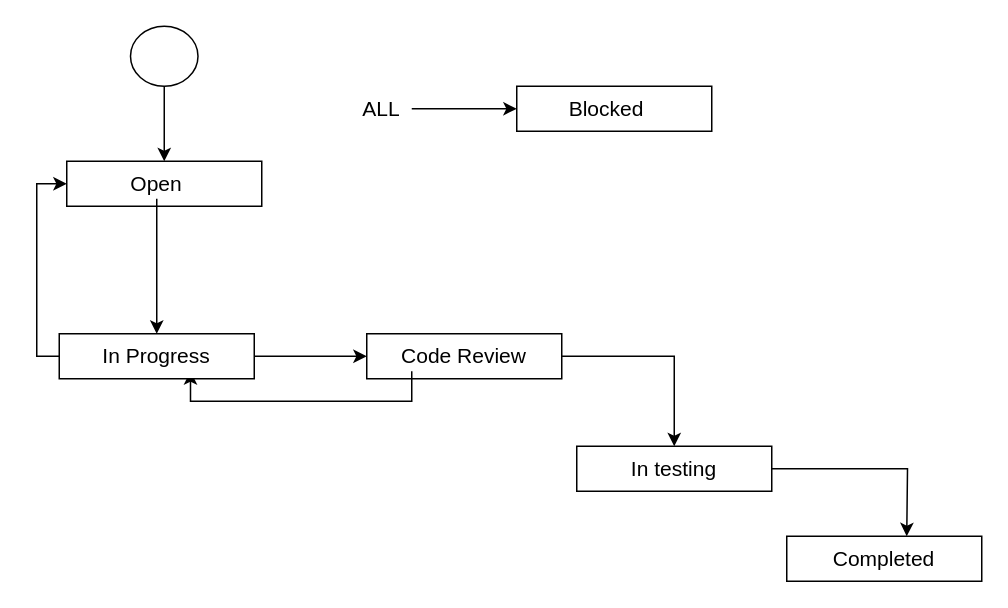
j-croix/Python_basics keeps this draw.io diagram as page "Workflow - Tech story, Sab-task" (4 of 4) of Untitled Diagram.drawio. Above is the earlier version. Source tidied: cells renumbered, new cells numbered last; positions are measured from the earlier drawing's top-left corner, leaving out a move shared by most shapes. Both pictures are drawn from the tidied source at 150%, with x=0, y=0 at pixel (36, 26).
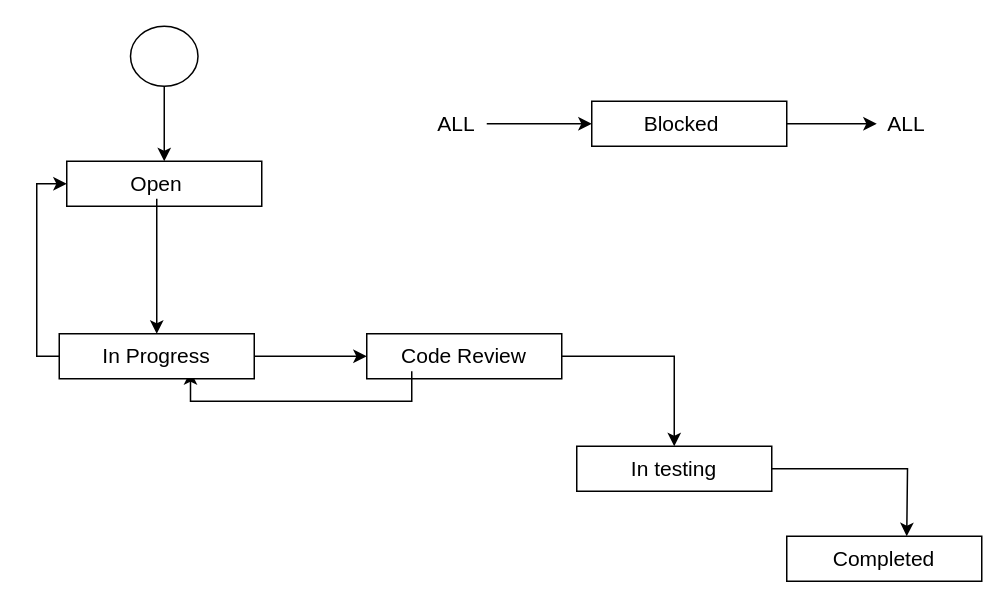
The same diagram, later.

What changed in the source:
```diff
@@
-    <mxCell id="2" style="rounded=0;whiteSpace=wrap;html=1;" parent="1" vertex="1">
-      <mxGeometry x="320" y="40" width="130" height="30" as="geometry" />
-    </mxCell>
-    <mxCell id="3" value="&lt;font style=&quot;font-size: 14px&quot;&gt;Blocked&lt;/font&gt;" style="text;html=1;strokeColor=none;fillColor=none;align=center;verticalAlign=middle;whiteSpace=wrap;rounded=0;" parent="1" vertex="1">
-      <mxGeometry x="360" y="45" width="40" height="20" as="geometry" />
-    </mxCell>
-    <mxCell id="4" style="edgeStyle=orthogonalEdgeStyle;rounded=0;jettySize=auto;html=1;entryX=0;entryY=0.5;entryDx=0;entryDy=0;" parent="1" edge="1" source="5" target="2">
-      <mxGeometry relative="1" as="geometry" />
-    </mxCell>
-    <mxCell id="5" value="&lt;font style=&quot;font-size: 14px&quot;&gt;ALL&lt;/font&gt;" style="text;html=1;strokeColor=none;fillColor=none;align=center;verticalAlign=middle;whiteSpace=wrap;rounded=0;" parent="1" vertex="1">
-      <mxGeometry x="210" y="45" width="40" height="20" as="geometry" />
-    </mxCell>
@@
+    <mxCell id="24" style="edgeStyle=orthogonalEdgeStyle;rounded=0;jettySize=auto;html=1;" parent="1" edge="1" source="25" target="28">
+      <mxGeometry relative="1" as="geometry" />
+    </mxCell>
+    <mxCell id="25" style="rounded=0;whiteSpace=wrap;html=1;" parent="1" vertex="1">
+      <mxGeometry x="370" y="50" width="130" height="30" as="geometry" />
+    </mxCell>
+    <mxCell id="3" value="&lt;font style=&quot;font-size: 14px&quot;&gt;Blocked&lt;/font&gt;" style="text;html=1;strokeColor=none;fillColor=none;align=center;verticalAlign=middle;whiteSpace=wrap;rounded=0;" parent="1" vertex="1">
+      <mxGeometry x="410" y="55" width="40" height="20" as="geometry" />
+    </mxCell>
+    <mxCell id="26" style="edgeStyle=orthogonalEdgeStyle;rounded=0;jettySize=auto;html=1;entryX=0;entryY=0.5;entryDx=0;entryDy=0;" parent="1" edge="1" source="27" target="25">
+      <mxGeometry relative="1" as="geometry" />
+    </mxCell>
+    <mxCell id="27" value="&lt;font style=&quot;font-size: 14px&quot;&gt;ALL&lt;/font&gt;" style="text;html=1;strokeColor=none;fillColor=none;align=center;verticalAlign=middle;whiteSpace=wrap;rounded=0;" parent="1" vertex="1">
+      <mxGeometry x="260" y="55" width="40" height="20" as="geometry" />
+    </mxCell>
+    <mxCell id="28" value="&lt;font style=&quot;font-size: 14px&quot;&gt;ALL&lt;/font&gt;" style="text;html=1;strokeColor=none;fillColor=none;align=center;verticalAlign=middle;whiteSpace=wrap;rounded=0;" parent="1" vertex="1">
+      <mxGeometry x="560" y="55" width="40" height="20" as="geometry" />
+    </mxCell>
```
